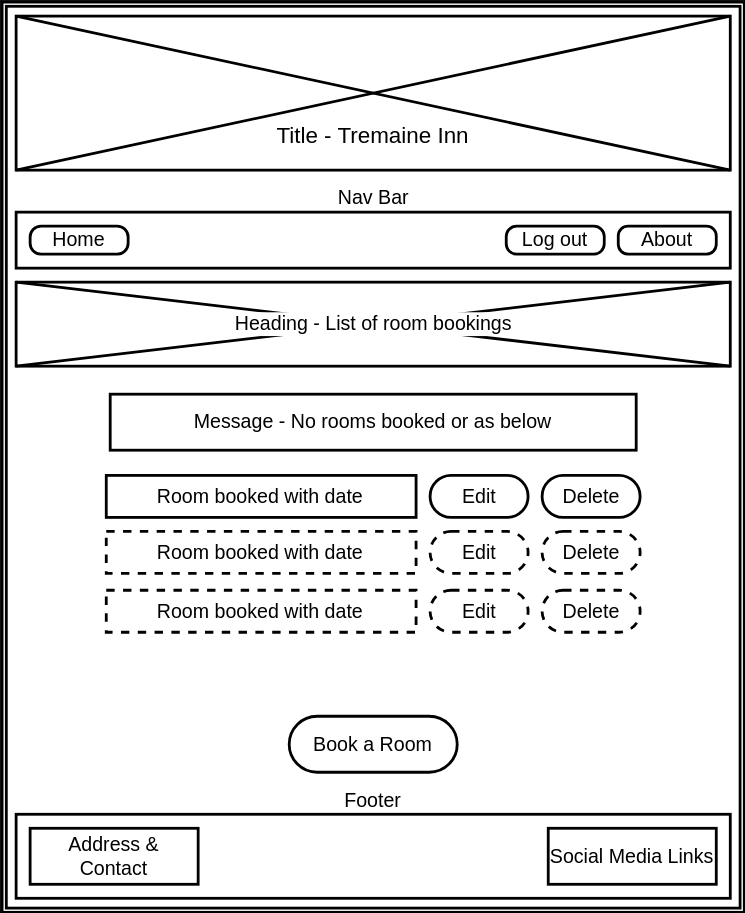
The draw.io diagram readme/user-page.svg in redfoxofwealden/tremaine-inn-booking-system, before a commit. Source tidied: cells renumbered, new cells last; positions are measured from the earlier drawing's top-left corner, leaving out a move shared by most shapes.
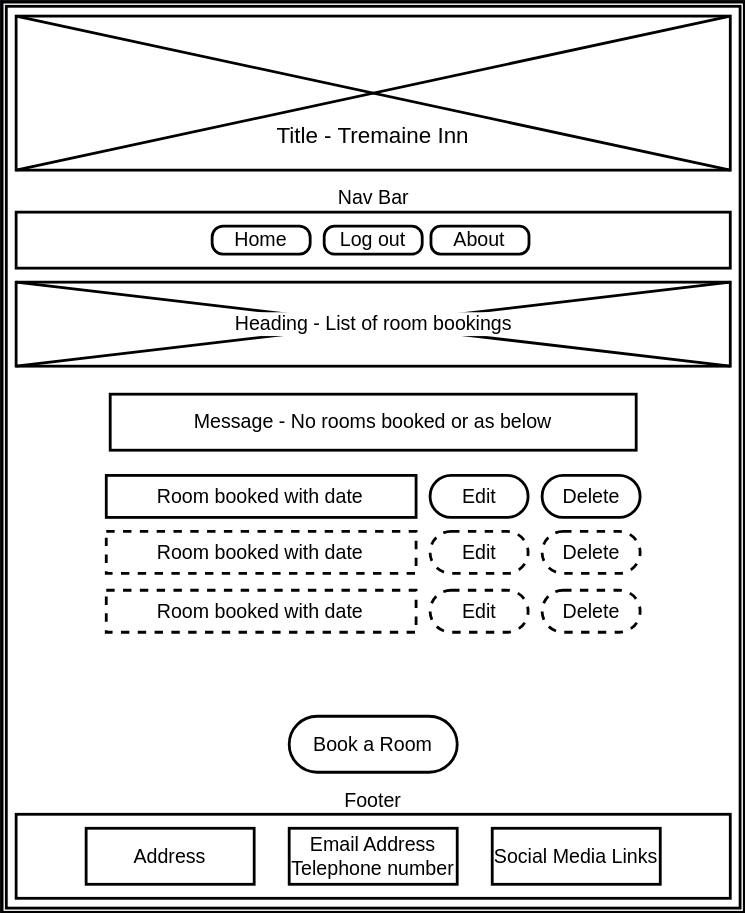
After the change.

Commit message:
docs: fill out testing home page

Change to the diagram source:
```diff
@@ -15,23 +15,17 @@
       <mxGeometry x="191.2" y="80" width="147.5" height="30" as="geometry" />
     </mxCell>
     <mxCell id="6" value="Log out" style="rounded=1;whiteSpace=wrap;html=1;align=center;verticalAlign=middle;fontFamily=Helvetica;fontSize=14;fontColor=#000000;fillColor=none;gradientColor=none;strokeColor=#000000;strokeWidth=2;arcSize=37;" parent="1" vertex="1">
-      <mxGeometry x="360" y="160" width="70" height="20" as="geometry" />
+      <mxGeometry x="230" y="160" width="70" height="20" as="geometry" />
     </mxCell>
     <mxCell id="7" value="About" style="rounded=1;whiteSpace=wrap;html=1;align=center;verticalAlign=middle;fontFamily=Helvetica;fontSize=14;fontColor=#000000;fillColor=none;gradientColor=none;strokeColor=#000000;strokeWidth=2;arcSize=35;" parent="1" vertex="1">
-      <mxGeometry x="440" y="160" width="70" height="20" as="geometry" />
+      <mxGeometry x="306.2" y="160" width="70" height="20" as="geometry" />
     </mxCell>
     <mxCell id="8" value="Home" style="rounded=1;whiteSpace=wrap;html=1;align=center;verticalAlign=middle;fontFamily=Helvetica;fontSize=14;fontColor=#000000;fillColor=none;gradientColor=none;strokeColor=#000000;strokeWidth=2;arcSize=39;" parent="1" vertex="1">
-      <mxGeometry x="20" y="160" width="70" height="20" as="geometry" />
+      <mxGeometry x="150" y="160" width="70" height="20" as="geometry" />
     </mxCell>
     <mxCell id="9" style="rounded=0;whiteSpace=wrap;html=1;align=center;verticalAlign=middle;fontFamily=Tahoma;fontSize=14;fontColor=#000000;fillColor=none;gradientColor=none;strokeWidth=2;strokeColor=#000000;" parent="1" vertex="1">
       <mxGeometry x="10" y="580" width="510" height="60" as="geometry" />
     </mxCell>
-    <mxCell id="10" value="Address &amp;amp;&lt;br&gt;Contact" style="rounded=1;whiteSpace=wrap;html=1;align=center;verticalAlign=middle;fontFamily=Helvetica;fontSize=14;fontColor=#000000;fillColor=none;gradientColor=none;arcSize=0;strokeWidth=2;strokeColor=#000000;" parent="1" vertex="1">
-      <mxGeometry x="20" y="590" width="120" height="40" as="geometry" />
-    </mxCell>
-    <mxCell id="11" value="Social Media Links" style="rounded=1;whiteSpace=wrap;html=1;align=center;verticalAlign=middle;fontFamily=Helvetica;fontSize=14;fontColor=#000000;fillColor=none;gradientColor=none;arcSize=0;strokeWidth=2;strokeColor=#000000;" parent="1" vertex="1">
-      <mxGeometry x="390" y="590" width="120" height="40" as="geometry" />
-    </mxCell>
     <mxCell id="12" value="Footer" style="text;html=1;align=center;verticalAlign=middle;whiteSpace=wrap;rounded=0;fontFamily=Helvetica;fontSize=14;fontColor=#000000;" parent="1" vertex="1">
       <mxGeometry x="240" y="560" width="50" height="20" as="geometry" />
     </mxCell>
@@ -77,5 +71,14 @@
     <mxCell id="26" value="Book a Room" style="rounded=1;whiteSpace=wrap;html=1;arcSize=50;strokeWidth=2;strokeColor=#000000;fillColor=none;fontSize=14;fontColor=#000000;" parent="1" vertex="1">
       <mxGeometry x="205" y="510" width="120" height="40" as="geometry" />
     </mxCell>
+    <mxCell id="27" value="Address" style="rounded=1;whiteSpace=wrap;html=1;align=center;verticalAlign=middle;fontFamily=Helvetica;fontSize=14;fontColor=#000000;fillColor=none;gradientColor=none;arcSize=0;strokeWidth=2;strokeColor=#000000;" parent="1" vertex="1">
+      <mxGeometry x="60" y="590" width="120" height="40" as="geometry" />
+    </mxCell>
+    <mxCell id="11" value="Social Media Links" style="rounded=1;whiteSpace=wrap;html=1;align=center;verticalAlign=middle;fontFamily=Helvetica;fontSize=14;fontColor=#000000;fillColor=none;gradientColor=none;arcSize=0;strokeWidth=2;strokeColor=#000000;" parent="1" vertex="1">
+      <mxGeometry x="350" y="590" width="120" height="40" as="geometry" />
+    </mxCell>
+    <mxCell id="28" value="Email Address&lt;br&gt;Telephone number" style="rounded=1;whiteSpace=wrap;html=1;align=center;verticalAlign=middle;fontFamily=Helvetica;fontSize=14;fontColor=#000000;fillColor=none;gradientColor=none;arcSize=0;strokeWidth=2;strokeColor=#000000;" parent="1" vertex="1">
+      <mxGeometry x="205" y="590" width="120" height="40" as="geometry" />
+    </mxCell>
   </root>
 </mxGraphModel>
```
